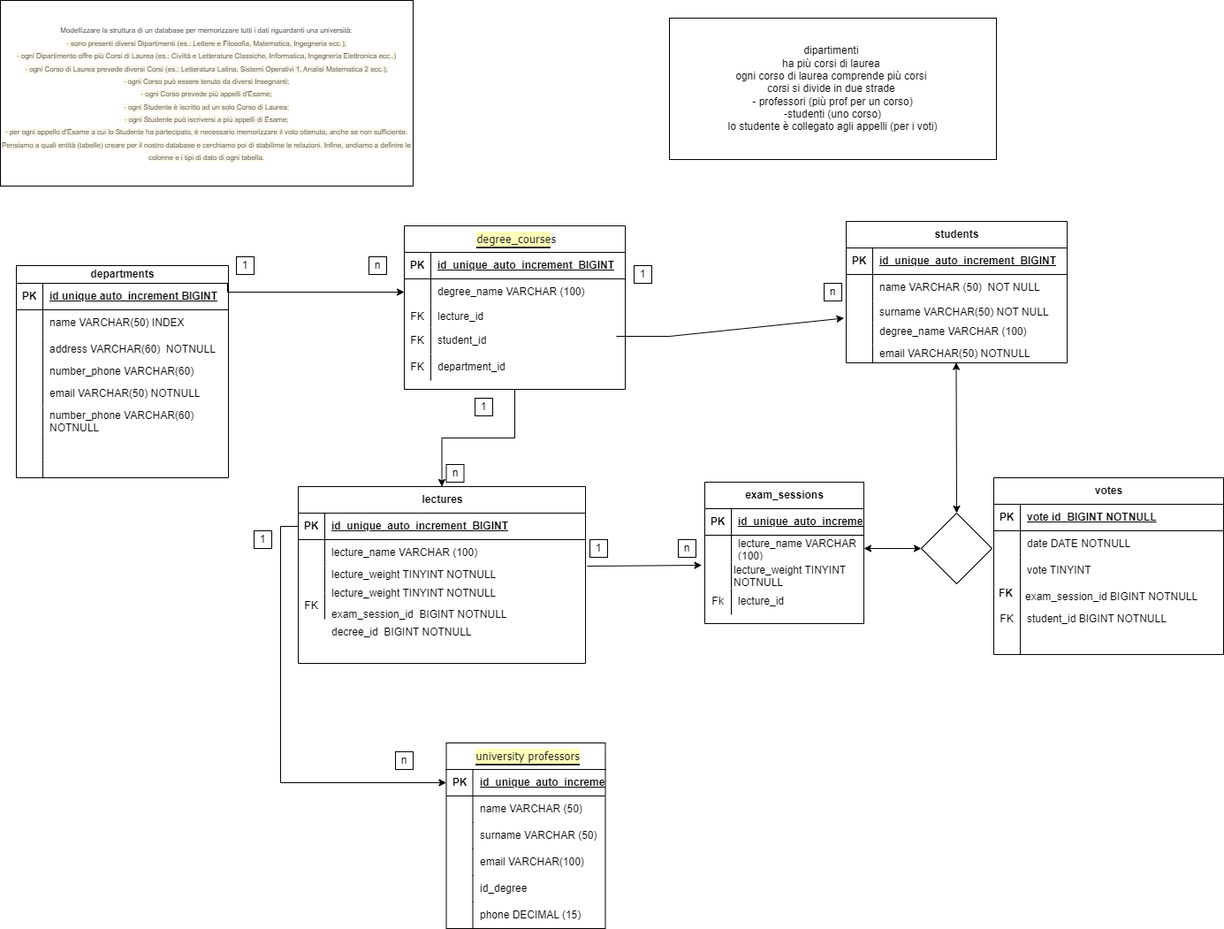
Above: Gruppo 3.drawio.png in GiuseppeIndomenico/db-university (draw.io), before the change. Source tidied: cells renumbered, new cells last; positions are measured from the earlier drawing's top-left corner, leaving out a move shared by most shapes.
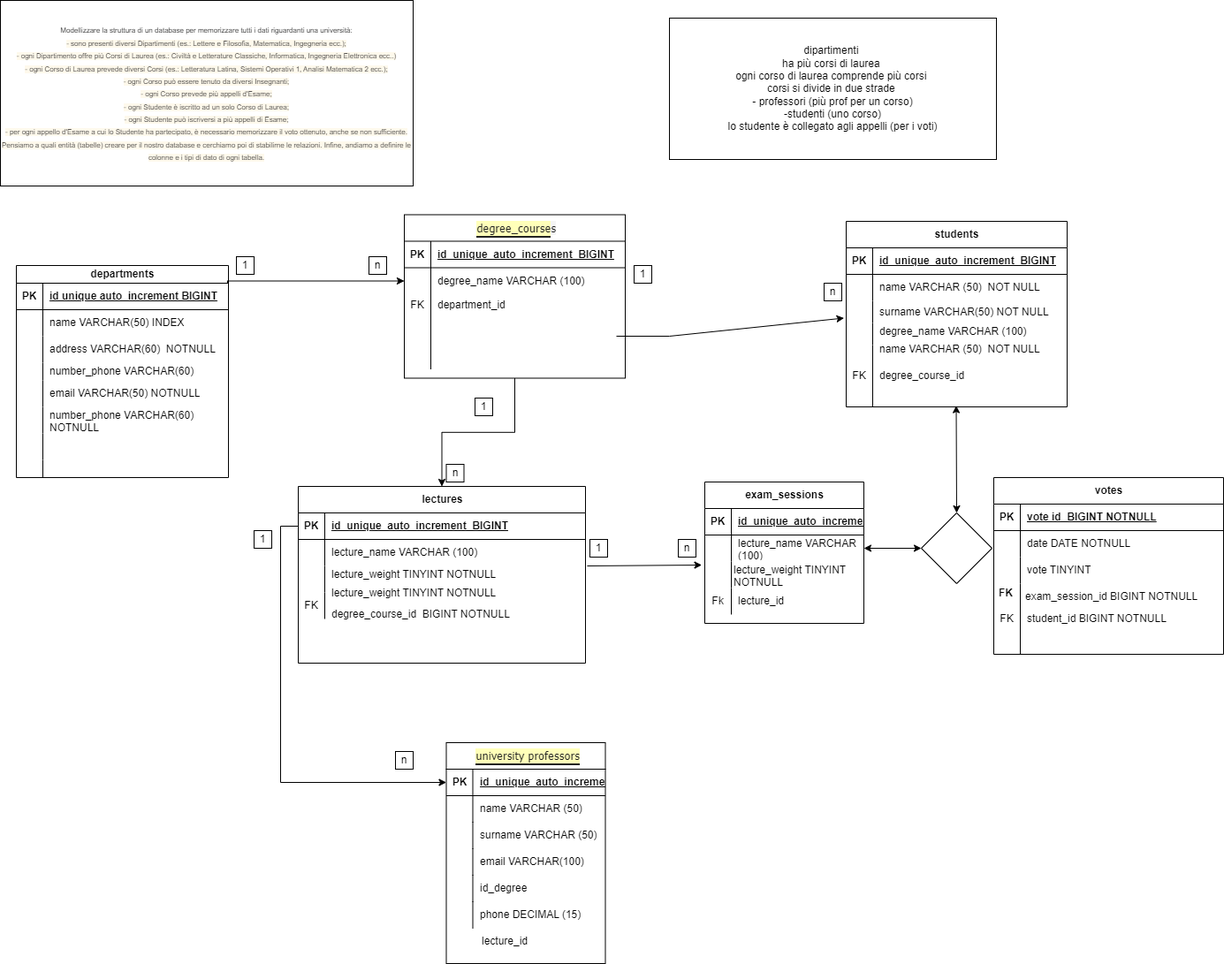
After the change.

Change to the diagram source:
```diff
@@ -84,7 +84,7 @@
       <mxGeometry relative="1" as="geometry" />
     </mxCell>
     <mxCell id="29" value="&lt;div style=&quot;text-align: left;&quot;&gt;&lt;span style=&quot;background-color: initial;&quot;&gt;&amp;nbsp;&lt;/span&gt;&lt;a style=&quot;outline: 0px; text-decoration-line: none; font-family: Montserrat, Tahoma, Meiryo, sans-serif; font-size: 13px; font-weight: 400; text-align: left; background-color: rgb(245, 245, 245);&quot; rel=&quot;nofollow&quot; href=&quot;https://context.reverso.net/traduzione/inglese-italiano/degree+course&quot; class=&quot;link_highlighted&quot;&gt;&lt;span style=&quot;outline: 0px; border-bottom: 2px solid; padding-bottom: 1px; color: rgb(34, 34, 34); background-color: rgb(255, 255, 185); cursor: pointer;&quot;&gt;degree_course&lt;/span&gt;&lt;/a&gt;&lt;font face=&quot;Montserrat, Tahoma, Meiryo, sans-serif&quot; color=&quot;#222222&quot;&gt;&lt;span style=&quot;font-size: 13px; font-weight: 400; background-color: rgb(245, 245, 245);&quot;&gt;s&lt;/span&gt;&lt;/font&gt;&lt;/div&gt;" style="shape=table;startSize=30;rowLines=0;fontStyle=1;align=center;html=1;" parent="1" vertex="1">
-      <mxGeometry x="457" y="255" width="250" height="185" as="geometry" />
+      <mxGeometry x="457" y="242.5" width="250" height="185" as="geometry" />
     </mxCell>
     <mxCell id="30" style="shape=tableRow;horizontal=0;startSize=0;swimlaneHead=0;swimlaneBody=0;fillColor=none;top=0;left=0;right=0;bottom=1;" parent="29" vertex="1">
       <mxGeometry y="30" width="250" height="30" as="geometry" />
@@ -110,25 +110,25 @@
     <mxCell id="37" value="FK" style="shape=partialRectangle;fillColor=none;top=0;left=0;bottom=0;right=0;overflow=hidden;whiteSpace=wrap;html=1;" parent="36" vertex="1">
       <mxGeometry width="30" height="25" as="geometry" />
     </mxCell>
-    <mxCell id="38" value="lecture_id" style="shape=partialRectangle;fillColor=none;top=0;left=0;bottom=0;right=0;align=left;spacingLeft=6;overflow=hidden;whiteSpace=wrap;html=1;" parent="36" vertex="1">
+    <mxCell id="38" value="department_id" style="shape=partialRectangle;fillColor=none;top=0;left=0;bottom=0;right=0;align=left;spacingLeft=6;overflow=hidden;whiteSpace=wrap;html=1;" parent="36" vertex="1">
       <mxGeometry x="30" width="220" height="25" as="geometry" />
     </mxCell>
     <mxCell id="39" style="shape=tableRow;horizontal=0;startSize=0;swimlaneHead=0;swimlaneBody=0;fillColor=none;top=0;left=0;right=0;bottom=0;" parent="29" vertex="1">
       <mxGeometry y="115" width="250" height="30" as="geometry" />
     </mxCell>
-    <mxCell id="40" value="FK" style="shape=partialRectangle;fillColor=none;top=0;left=0;bottom=0;right=0;overflow=hidden;whiteSpace=wrap;html=1;" parent="39" vertex="1">
+    <mxCell id="40" style="shape=partialRectangle;fillColor=none;top=0;left=0;bottom=0;right=0;overflow=hidden;whiteSpace=wrap;html=1;" parent="39" vertex="1">
       <mxGeometry width="30" height="30" as="geometry" />
     </mxCell>
-    <mxCell id="41" value="student_id" style="shape=partialRectangle;fillColor=none;top=0;left=0;bottom=0;right=0;align=left;spacingLeft=6;overflow=hidden;whiteSpace=wrap;html=1;" parent="39" vertex="1">
+    <mxCell id="41" style="shape=partialRectangle;fillColor=none;top=0;left=0;bottom=0;right=0;align=left;spacingLeft=6;overflow=hidden;whiteSpace=wrap;html=1;" parent="39" vertex="1">
       <mxGeometry x="30" width="220" height="30" as="geometry" />
     </mxCell>
     <mxCell id="42" style="shape=tableRow;horizontal=0;startSize=0;swimlaneHead=0;swimlaneBody=0;fillColor=none;top=0;left=0;right=0;bottom=0;" parent="29" vertex="1">
       <mxGeometry y="145" width="250" height="30" as="geometry" />
     </mxCell>
-    <mxCell id="43" value="FK" style="shape=partialRectangle;fillColor=none;top=0;left=0;bottom=0;right=0;overflow=hidden;whiteSpace=wrap;html=1;" parent="42" vertex="1">
+    <mxCell id="43" style="shape=partialRectangle;fillColor=none;top=0;left=0;bottom=0;right=0;overflow=hidden;whiteSpace=wrap;html=1;" parent="42" vertex="1">
       <mxGeometry width="30" height="30" as="geometry" />
     </mxCell>
-    <mxCell id="44" value="department_id" style="shape=partialRectangle;fillColor=none;top=0;left=0;bottom=0;right=0;align=left;spacingLeft=6;overflow=hidden;whiteSpace=wrap;html=1;" parent="42" vertex="1">
+    <mxCell id="44" style="shape=partialRectangle;fillColor=none;top=0;left=0;bottom=0;right=0;align=left;spacingLeft=6;overflow=hidden;whiteSpace=wrap;html=1;" parent="42" vertex="1">
       <mxGeometry x="30" width="220" height="30" as="geometry" />
     </mxCell>
     <mxCell id="45" value="1" style="rounded=0;whiteSpace=wrap;html=1;" parent="1" vertex="1">
@@ -177,7 +177,7 @@
       <mxGeometry x="417" y="290" width="20" height="20" as="geometry" />
     </mxCell>
     <mxCell id="60" value="&amp;nbsp;&lt;a style=&quot;outline: 0px; text-decoration-line: none; font-family: Montserrat, Tahoma, Meiryo, sans-serif; font-size: 13px; font-weight: 400; text-align: left; background-color: rgb(245, 245, 245);&quot; rel=&quot;nofollow&quot; href=&quot;https://context.reverso.net/traduzione/inglese-italiano/university+professors&quot; class=&quot;link_highlighted&quot;&gt;&lt;span style=&quot;outline: 0px; border-bottom: 2px solid; padding-bottom: 1px; color: rgb(34, 34, 34); background-color: rgb(255, 255, 185); cursor: pointer;&quot;&gt;university professors&lt;/span&gt;&lt;/a&gt;" style="shape=table;startSize=30;rowLines=0;fontStyle=1;align=center;html=1;" parent="1" vertex="1">
-      <mxGeometry x="504.5" y="840" width="180" height="210" as="geometry" />
+      <mxGeometry x="504.5" y="840" width="180" height="250" as="geometry" />
     </mxCell>
     <mxCell id="61" style="shape=tableRow;horizontal=0;startSize=0;swimlaneHead=0;swimlaneBody=0;fillColor=none;points=[[0,0.5],[1,0.5]];portConstraint=eastwest;top=0;left=0;right=0;bottom=1;" parent="60" vertex="1">
       <mxGeometry y="30" width="180" height="30" as="geometry" />
@@ -346,7 +346,7 @@
       <mxGeometry x="287" y="600" width="20" height="20" as="geometry" />
     </mxCell>
     <mxCell id="115" value="students" style="shape=table;startSize=30;rowLines=0;fontStyle=1;align=center;html=1;" parent="1" vertex="1">
-      <mxGeometry x="957" y="250" width="250" height="160" as="geometry" />
+      <mxGeometry x="957" y="250" width="250" height="210" as="geometry" />
     </mxCell>
     <mxCell id="116" style="shape=tableRow;horizontal=0;startSize=0;swimlaneHead=0;swimlaneBody=0;fillColor=none;top=0;left=0;right=0;bottom=1;" parent="115" vertex="1">
       <mxGeometry y="30" width="250" height="30" as="geometry" />
@@ -385,13 +385,13 @@
       <mxGeometry x="30" width="220" height="25" as="geometry" />
     </mxCell>
     <mxCell id="128" style="shape=tableRow;horizontal=0;startSize=0;swimlaneHead=0;swimlaneBody=0;fillColor=none;points=[[0,0.5],[1,0.5]];portConstraint=eastwest;top=0;left=0;right=0;bottom=0;" parent="115" vertex="1">
-      <mxGeometry y="140" width="250" height="20" as="geometry" />
+      <mxGeometry y="140" width="250" height="70" as="geometry" />
     </mxCell>
-    <mxCell id="129" style="shape=partialRectangle;fillColor=none;top=0;left=0;bottom=0;right=0;overflow=hidden;whiteSpace=wrap;html=1;" parent="128" vertex="1">
-      <mxGeometry width="30" height="20" as="geometry" />
+    <mxCell id="129" value="FK" style="shape=partialRectangle;fillColor=none;top=0;left=0;bottom=0;right=0;overflow=hidden;whiteSpace=wrap;html=1;" parent="128" vertex="1">
+      <mxGeometry width="30" height="70" as="geometry" />
     </mxCell>
-    <mxCell id="130" value="email VARCHAR(50) NOTNULL" style="shape=partialRectangle;fillColor=none;top=0;left=0;bottom=0;right=0;align=left;spacingLeft=6;overflow=hidden;whiteSpace=wrap;html=1;" parent="128" vertex="1">
-      <mxGeometry x="30" width="220" height="20" as="geometry" />
+    <mxCell id="130" value="degree_course_id" style="shape=partialRectangle;fillColor=none;top=0;left=0;bottom=0;right=0;align=left;spacingLeft=6;overflow=hidden;whiteSpace=wrap;html=1;" parent="128" vertex="1">
+      <mxGeometry x="30" width="220" height="70" as="geometry" />
     </mxCell>
     <mxCell id="131" value="n" style="rounded=0;whiteSpace=wrap;html=1;" parent="1" vertex="1">
       <mxGeometry x="447" y="850" width="20" height="20" as="geometry" />
@@ -402,7 +402,7 @@
     <mxCell id="133" value="lecture_weight TINYINT NOTNULL" style="shape=partialRectangle;fillColor=none;top=0;left=0;bottom=0;right=0;align=left;spacingLeft=6;overflow=hidden;whiteSpace=wrap;html=1;" parent="1" vertex="1">
       <mxGeometry x="367" y="656" width="295" height="30" as="geometry" />
     </mxCell>
-    <mxCell id="134" value="exam_session_id&amp;nbsp; BIGINT NOTNULL" style="shape=partialRectangle;fillColor=none;top=0;left=0;bottom=0;right=0;align=left;spacingLeft=6;overflow=hidden;whiteSpace=wrap;html=1;" parent="1" vertex="1">
+    <mxCell id="134" value="degree_course_id&amp;nbsp; BIGINT NOTNULL" style="shape=partialRectangle;fillColor=none;top=0;left=0;bottom=0;right=0;align=left;spacingLeft=6;overflow=hidden;whiteSpace=wrap;html=1;" parent="1" vertex="1">
       <mxGeometry x="367" y="680" width="210" height="30" as="geometry" />
     </mxCell>
     <mxCell id="135" value="lecture_weight TINYINT NOTNULL" style="shape=partialRectangle;fillColor=none;top=0;left=0;bottom=0;right=0;align=left;spacingLeft=6;overflow=hidden;whiteSpace=wrap;html=1;" parent="1" vertex="1">
@@ -437,8 +437,11 @@
         </Array>
       </mxGeometry>
     </mxCell>
-    <mxCell id="144" value="decree_id&amp;nbsp; BIGINT NOTNULL" style="shape=partialRectangle;fillColor=none;top=0;left=0;bottom=0;right=0;align=left;spacingLeft=6;overflow=hidden;whiteSpace=wrap;html=1;" parent="1" vertex="1">
-      <mxGeometry x="367" y="700" width="210" height="30" as="geometry" />
-    </mxCell>
+    <mxCell id="145" value="name VARCHAR (50)&amp;nbsp; NOT NULL" style="shape=partialRectangle;fillColor=none;top=0;left=0;bottom=0;right=0;align=left;spacingLeft=6;overflow=hidden;whiteSpace=wrap;html=1;" parent="1" vertex="1">
+      <mxGeometry x="987" y="380" width="220" height="30" as="geometry" />
+    </mxCell>
+    <mxCell id="146" value="lecture_id" style="shape=partialRectangle;fillColor=none;top=0;left=0;bottom=0;right=0;align=left;spacingLeft=6;overflow=hidden;whiteSpace=wrap;html=1;" parent="1" vertex="1">
+      <mxGeometry x="537" y="1050" width="150" height="30" as="geometry" />
+    </mxCell>
   </root>
 </mxGraphModel>
```
